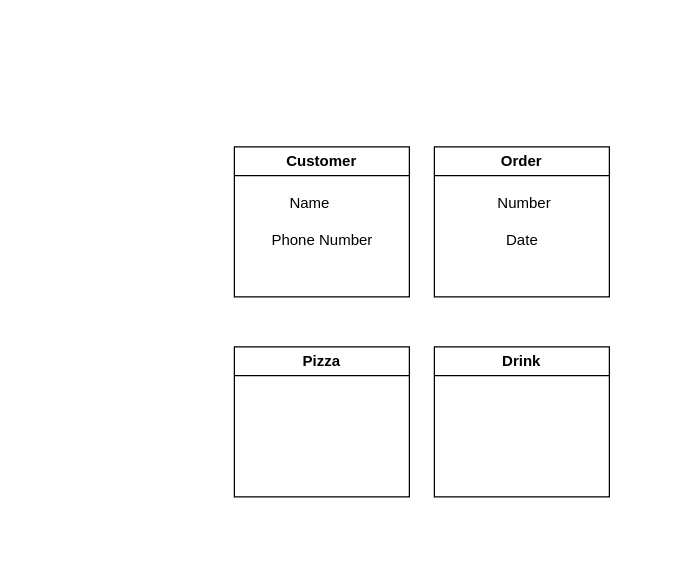
Noah-B-Reef/CS-3560-Homework-3 keeps this draw.io diagram as Untitled Diagram.drawio. Above is the earlier version. Source tidied: cells renumbered, new cells numbered last; positions are measured from the earlier drawing's top-left corner, leaving out a move shared by most shapes. Both pictures are drawn from the tidied source at 125%, with x=0, y=0 at pixel (234, 146).
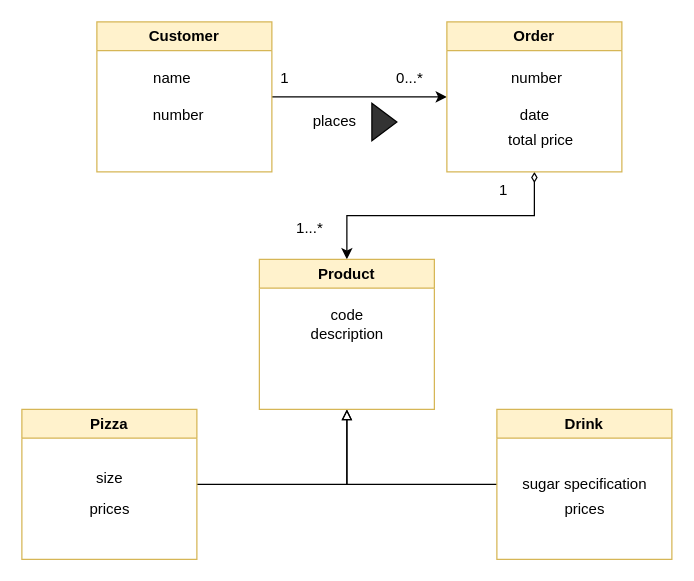
The same page after the edit.

Diff of the diagram source:
```diff
@@
+    <mxCell id="10" style="edgeStyle=orthogonalEdgeStyle;rounded=0;jettySize=auto;html=1;exitX=1;exitY=0.5;exitDx=0;exitDy=0;" parent="1" edge="1" source="2">
+      <mxGeometry relative="1" as="geometry">
+        <mxPoint x="170" y="-40" as="targetPoint" />
+      </mxGeometry>
+    </mxCell>
-    <mxCell id="2" value="Customer" style="swimlane;whiteSpace=wrap;html=1;startSize=23;" parent="1" vertex="1">
-      <mxGeometry width="140" height="120" as="geometry" />
+    <mxCell id="2" value="Customer" style="swimlane;whiteSpace=wrap;html=1;startSize=23;fillColor=#fff2cc;strokeColor=#d6b656;" parent="1" vertex="1">
+      <mxGeometry x="-110" y="-100" width="140" height="120" as="geometry" />
     </mxCell>
-    <mxCell id="3" value="Phone Number" style="text;html=1;align=center;verticalAlign=middle;strokeColor=none;fillColor=none;" parent="2" vertex="1">
-      <mxGeometry x="20" y="60" width="100" height="30" as="geometry" />
+    <mxCell id="3" value="number" style="text;html=1;align=center;verticalAlign=middle;strokeColor=none;fillColor=none;" parent="2" vertex="1">
+      <mxGeometry x="35" y="60" width="60" height="30" as="geometry" />
     </mxCell>
-    <mxCell id="4" value="Name&lt;br&gt;" style="text;html=1;align=center;verticalAlign=middle;strokeColor=none;fillColor=none;" parent="2" vertex="1">
-      <mxGeometry x="30" y="30" width="60" height="30" as="geometry" />
+    <mxCell id="4" value="name" style="text;html=1;align=center;verticalAlign=middle;strokeColor=none;fillColor=none;" parent="2" vertex="1">
+      <mxGeometry x="35" y="30" width="50" height="30" as="geometry" />
     </mxCell>
+    <mxCell id="11" style="edgeStyle=orthogonalEdgeStyle;rounded=0;jettySize=auto;html=1;exitX=0.5;exitY=1;exitDx=0;exitDy=0;entryX=0.5;entryY=0;entryDx=0;entryDy=0;startArrow=diamondThin;startFill=0;sourcePerimeterSpacing=7;" parent="1" edge="1" source="5" target="18">
+      <mxGeometry relative="1" as="geometry">
+        <Array as="points">
+          <mxPoint x="240" y="55" />
+          <mxPoint x="90" y="55" />
+        </Array>
+      </mxGeometry>
+    </mxCell>
-    <mxCell id="5" value="Order" style="swimlane;whiteSpace=wrap;html=1;" parent="1" vertex="1">
-      <mxGeometry x="160" width="140" height="120" as="geometry" />
+    <mxCell id="5" value="Order" style="swimlane;whiteSpace=wrap;html=1;fillColor=#fff2cc;strokeColor=#d6b656;" parent="1" vertex="1">
+      <mxGeometry x="170" y="-100" width="140" height="120" as="geometry" />
     </mxCell>
-    <mxCell id="6" value="&amp;nbsp;Number" style="text;html=1;align=center;verticalAlign=middle;strokeColor=none;fillColor=none;" parent="5" vertex="1">
+    <mxCell id="6" value="&amp;nbsp;number" style="text;html=1;align=center;verticalAlign=middle;strokeColor=none;fillColor=none;" parent="5" vertex="1">
       <mxGeometry x="35" y="30" width="70" height="30" as="geometry" />
     </mxCell>
-    <mxCell id="7" value="Date" style="text;html=1;align=center;verticalAlign=middle;strokeColor=none;fillColor=none;" parent="5" vertex="1">
+    <mxCell id="7" value="date" style="text;html=1;align=center;verticalAlign=middle;strokeColor=none;fillColor=none;" parent="5" vertex="1">
       <mxGeometry x="45" y="60" width="50" height="30" as="geometry" />
     </mxCell>
+    <mxCell id="12" value="total price" style="text;html=1;align=center;verticalAlign=middle;strokeColor=none;fillColor=none;" parent="5" vertex="1">
+      <mxGeometry x="35" y="80" width="80" height="30" as="geometry" />
+    </mxCell>
+    <mxCell id="13" style="edgeStyle=orthogonalEdgeStyle;rounded=0;jettySize=auto;html=1;exitX=1;exitY=0.5;exitDx=0;exitDy=0;entryX=0.5;entryY=1;entryDx=0;entryDy=0;endArrow=block;endFill=0;" parent="1" edge="1" source="8" target="18">
+      <mxGeometry relative="1" as="geometry" />
+    </mxCell>
-    <mxCell id="8" value="Pizza" style="swimlane;whiteSpace=wrap;html=1;" parent="1" vertex="1">
-      <mxGeometry y="160" width="140" height="120" as="geometry" />
+    <mxCell id="8" value="Pizza" style="swimlane;whiteSpace=wrap;html=1;fillColor=#fff2cc;strokeColor=#d6b656;" parent="1" vertex="1">
+      <mxGeometry x="-170" y="210" width="140" height="120" as="geometry" />
     </mxCell>
+    <mxCell id="14" value="size" style="text;html=1;align=center;verticalAlign=middle;strokeColor=none;fillColor=none;" parent="8" vertex="1">
+      <mxGeometry x="50" y="40" width="40" height="30" as="geometry" />
+    </mxCell>
+    <mxCell id="15" value="prices" style="text;html=1;align=center;verticalAlign=middle;strokeColor=none;fillColor=none;" parent="8" vertex="1">
+      <mxGeometry x="40" y="65" width="60" height="30" as="geometry" />
+    </mxCell>
+    <mxCell id="16" style="edgeStyle=orthogonalEdgeStyle;rounded=0;jettySize=auto;html=1;exitX=0;exitY=0.5;exitDx=0;exitDy=0;entryX=0.5;entryY=1;entryDx=0;entryDy=0;endArrow=block;endFill=0;" parent="1" edge="1" source="9" target="18">
+      <mxGeometry relative="1" as="geometry" />
+    </mxCell>
-    <mxCell id="9" value="Drink" style="swimlane;whiteSpace=wrap;html=1;" parent="1" vertex="1">
-      <mxGeometry x="160" y="160" width="140" height="120" as="geometry" />
+    <mxCell id="9" value="Drink" style="swimlane;whiteSpace=wrap;html=1;fillColor=#fff2cc;strokeColor=#d6b656;" parent="1" vertex="1">
+      <mxGeometry x="210" y="210" width="140" height="120" as="geometry" />
     </mxCell>
+    <mxCell id="17" value="sugar specification" style="text;html=1;align=center;verticalAlign=middle;strokeColor=none;fillColor=none;" parent="9" vertex="1">
+      <mxGeometry x="10" y="45" width="120" height="30" as="geometry" />
+    </mxCell>
+    <mxCell id="18" value="Product" style="swimlane;whiteSpace=wrap;html=1;fillColor=#fff2cc;strokeColor=#d6b656;" parent="1" vertex="1">
+      <mxGeometry x="20" y="90" width="140" height="120" as="geometry" />
+    </mxCell>
+    <mxCell id="19" value="code" style="text;html=1;align=center;verticalAlign=middle;strokeColor=none;fillColor=none;" parent="18" vertex="1">
+      <mxGeometry x="45" y="30" width="50" height="30" as="geometry" />
+    </mxCell>
+    <mxCell id="20" value="description" style="text;html=1;align=center;verticalAlign=middle;strokeColor=none;fillColor=none;" parent="18" vertex="1">
+      <mxGeometry x="30" y="45" width="80" height="30" as="geometry" />
+    </mxCell>
+    <mxCell id="21" value="1" style="text;html=1;align=center;verticalAlign=middle;strokeColor=none;fillColor=none;" parent="1" vertex="1">
+      <mxGeometry x="25" y="-70" width="30" height="30" as="geometry" />
+    </mxCell>
+    <mxCell id="22" value="0...*" style="text;html=1;align=center;verticalAlign=middle;strokeColor=none;fillColor=none;" parent="1" vertex="1">
+      <mxGeometry x="120" y="-70" width="40" height="30" as="geometry" />
+    </mxCell>
+    <mxCell id="23" style="triangle;whiteSpace=wrap;html=1;fillColor=#333333;" parent="1" vertex="1">
+      <mxGeometry x="110" y="-35" width="20" height="30" as="geometry" />
+    </mxCell>
+    <mxCell id="24" value="places" style="text;html=1;align=center;verticalAlign=middle;strokeColor=none;fillColor=none;" parent="1" vertex="1">
+      <mxGeometry x="50" y="-35" width="60" height="30" as="geometry" />
+    </mxCell>
+    <mxCell id="25" value="prices" style="text;html=1;align=center;verticalAlign=middle;strokeColor=none;fillColor=none;" parent="1" vertex="1">
+      <mxGeometry x="250" y="275" width="60" height="30" as="geometry" />
+    </mxCell>
+    <mxCell id="26" value="1" style="text;html=1;align=center;verticalAlign=middle;strokeColor=none;fillColor=none;" parent="1" vertex="1">
+      <mxGeometry x="200" y="20" width="30" height="30" as="geometry" />
+    </mxCell>
+    <mxCell id="27" value="1...*" style="text;html=1;align=center;verticalAlign=middle;strokeColor=none;fillColor=none;" parent="1" vertex="1">
+      <mxGeometry x="40" y="50" width="40" height="30" as="geometry" />
+    </mxCell>
```
